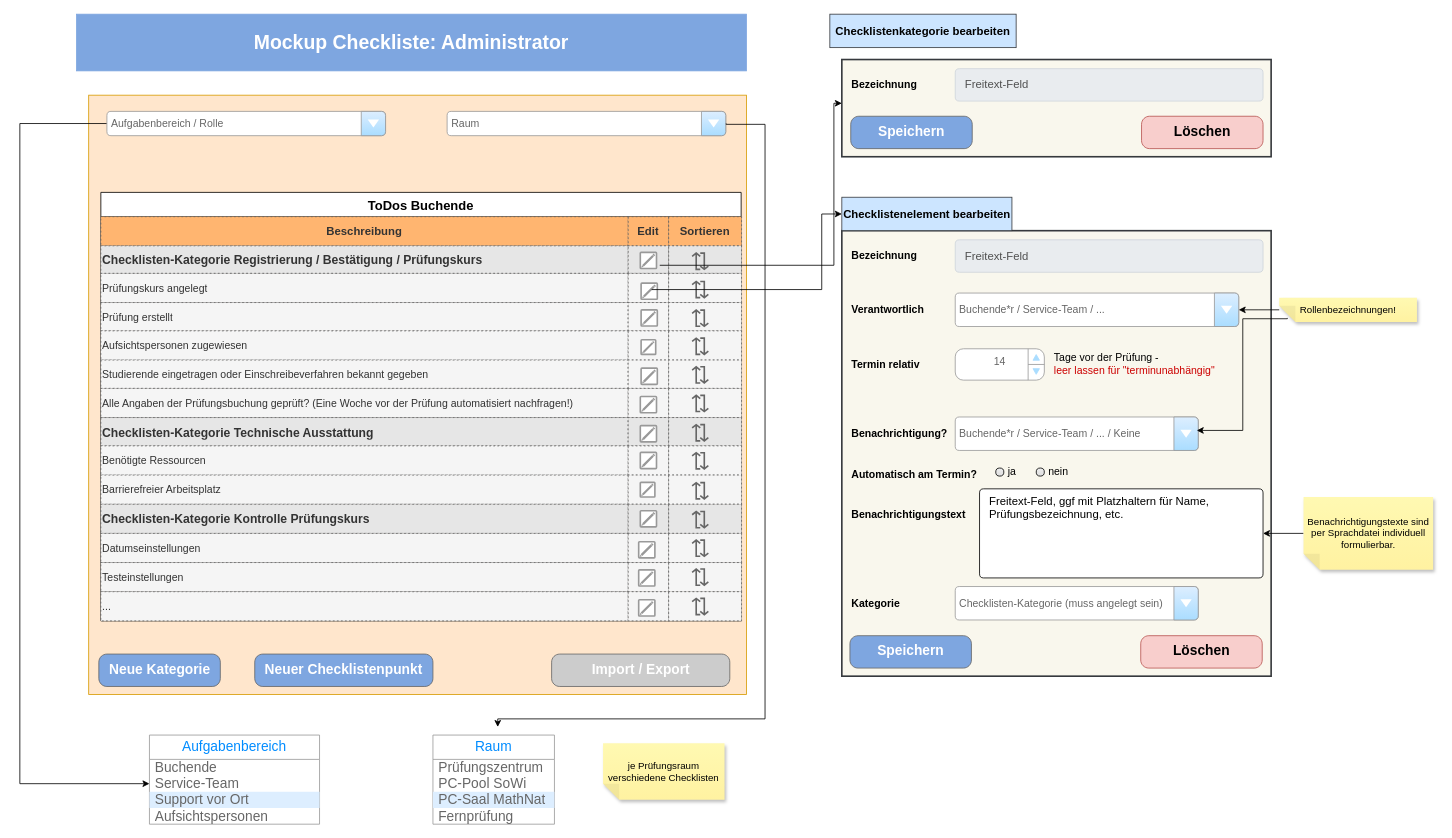
melanietreitinger/buchungstool keeps this draw.io diagram as page "Checkliste" (1 of 2) of Administrator.drawio. Above is the earlier version. Source tidied: cells renumbered, new cells numbered last; positions are measured from the earlier drawing's top-left corner, leaving out a move shared by most shapes. Both pictures are drawn from the tidied source at 81%, with x=0, y=0 at pixel (19, 14).
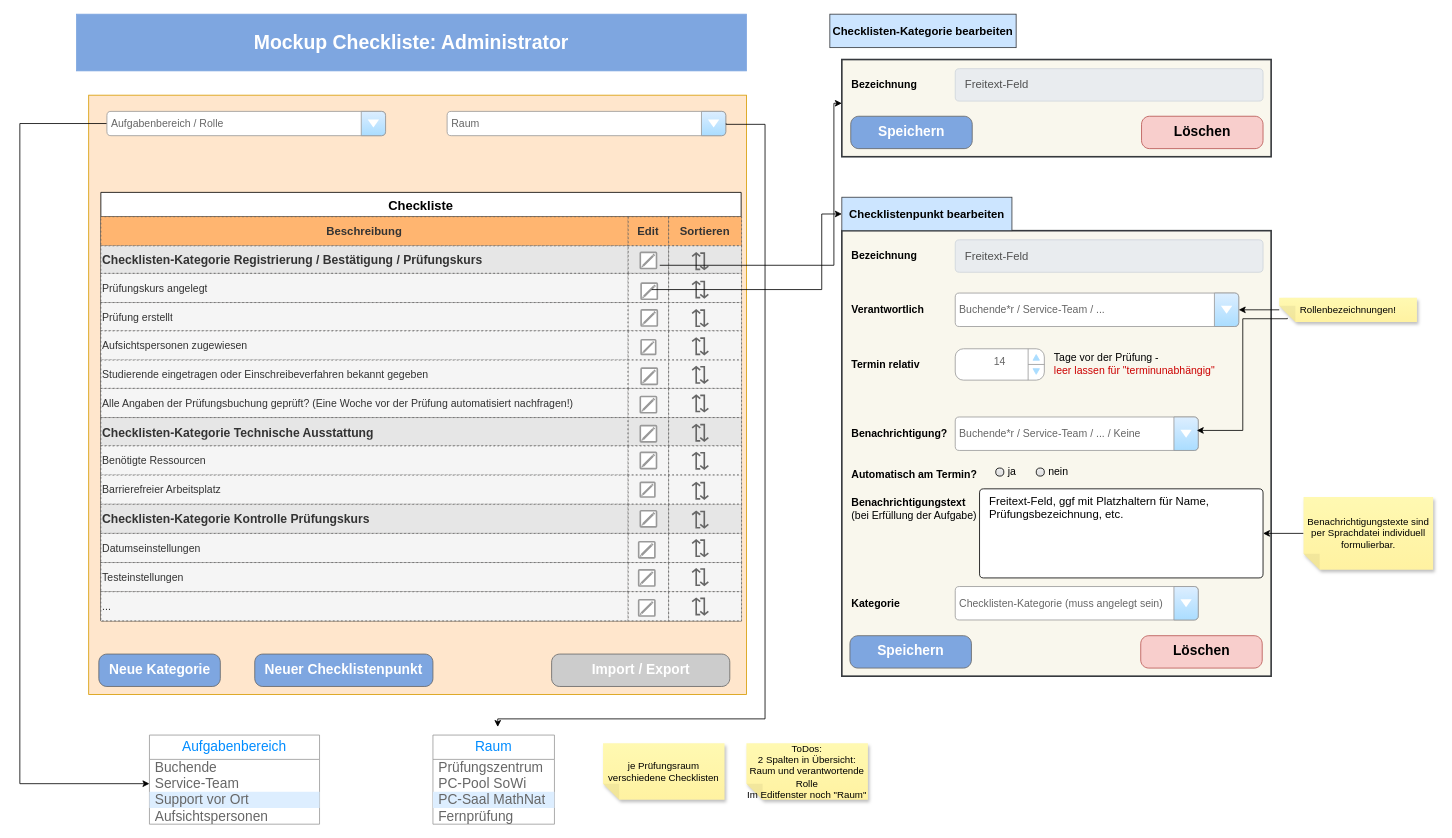
The same diagram, later.

The edit, as a diff of the source:
```diff
@@
-    <mxCell id="4" value="ToDos Buchende" style="shape=table;startSize=30;childLayout=tableLayout;fontStyle=1;fontSize=16;" parent="1" vertex="1">
+    <mxCell id="4" value="Checkliste" style="shape=table;startSize=30;childLayout=tableLayout;fontStyle=1;fontSize=16;" parent="1" vertex="1">
       <mxGeometry x="100" y="220" width="790.5" height="529" as="geometry" />
     </mxCell>
@@
+    <mxCell id="150" value="ToDos:&lt;br&gt;2 Spalten in Übersicht: Raum und verantwortende Rolle&lt;div&gt;Im Editfenster noch &quot;Raum&quot;&lt;/div&gt;" style="shape=note;whiteSpace=wrap;html=1;backgroundOutline=1;fontColor=#000000;darkOpacity=0.05;fillColor=#FFF9B2;strokeColor=none;fillStyle=solid;direction=west;gradientDirection=north;gradientColor=#FFF2A1;shadow=1;size=20;" parent="1" vertex="1">
+      <mxGeometry x="897" y="900" width="150" height="70" as="geometry" />
+    </mxCell>
@@
-    <mxCell id="99" value="Checklistenelement bearbeiten" style="text;strokeColor=#36393d;align=center;fillColor=#cce5ff;html=1;verticalAlign=middle;whiteSpace=wrap;rounded=0;fontStyle=1;fontSize=14;" parent="96" vertex="1">
+    <mxCell id="99" value="Checklistenpunkt bearbeiten" style="text;strokeColor=#36393d;align=center;fillColor=#cce5ff;html=1;verticalAlign=middle;whiteSpace=wrap;rounded=0;fontStyle=1;fontSize=14;" parent="96" vertex="1">
       <mxGeometry x="1014.8" y="226" width="210" height="41.3" as="geometry" />
     </mxCell>
@@
-    <mxCell id="112" value="Checklistenkategorie bearbeiten" style="text;strokeColor=#36393d;align=center;fillColor=#cce5ff;html=1;verticalAlign=middle;whiteSpace=wrap;rounded=0;fontStyle=1;fontSize=14;" parent="96" vertex="1">
+    <mxCell id="112" value="Checklisten-Kategorie bearbeiten" style="text;strokeColor=#36393d;align=center;fillColor=#cce5ff;html=1;verticalAlign=middle;whiteSpace=wrap;rounded=0;fontStyle=1;fontSize=14;" parent="96" vertex="1">
       <mxGeometry x="1000" width="230" height="41.3" as="geometry" />
     </mxCell>
@@
-    <mxCell id="133" value="Benachrichtigungstext" style="text;strokeColor=none;align=left;fillColor=none;html=1;verticalAlign=middle;whiteSpace=wrap;rounded=0;fontStyle=1;fontSize=13;" parent="96" vertex="1">
-      <mxGeometry x="1024.8" y="596" width="90" height="41.3" as="geometry" />
+    <mxCell id="133" value="Benachrichtigungstext&lt;br&gt;&lt;span style=&quot;font-weight: normal;&quot;&gt;(bei Erfüllung der Aufgabe)&lt;/span&gt;" style="text;strokeColor=none;align=left;fillColor=none;html=1;verticalAlign=middle;whiteSpace=wrap;rounded=0;fontStyle=1;fontSize=13;" parent="96" vertex="1">
+      <mxGeometry x="1024.8" y="588.6" width="165.2" height="44" as="geometry" />
     </mxCell>
```
